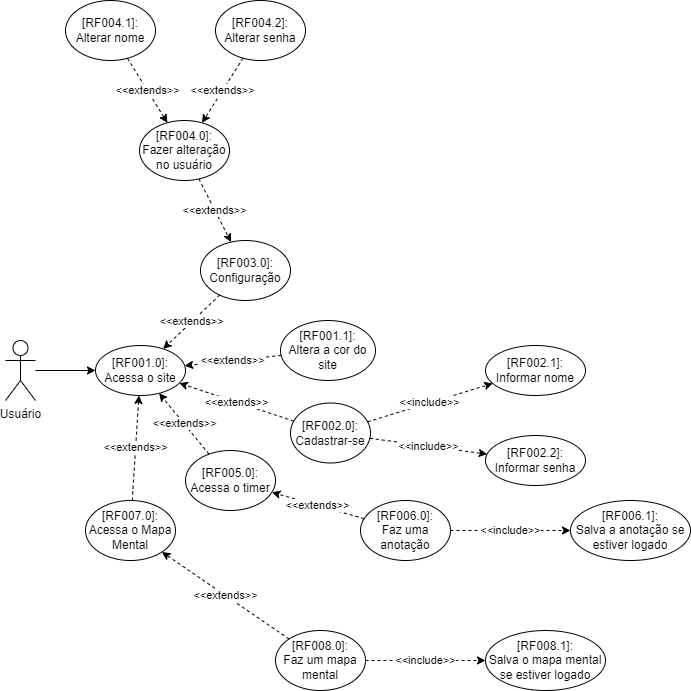
Niniys/Domate keeps this draw.io diagram as Documentos/Requisitos/uml_planejamento/DCU.png. Above is the earlier version. Source tidied: cells renumbered, new cells last; positions are measured from the earlier drawing's top-left corner, leaving out a move shared by most shapes.
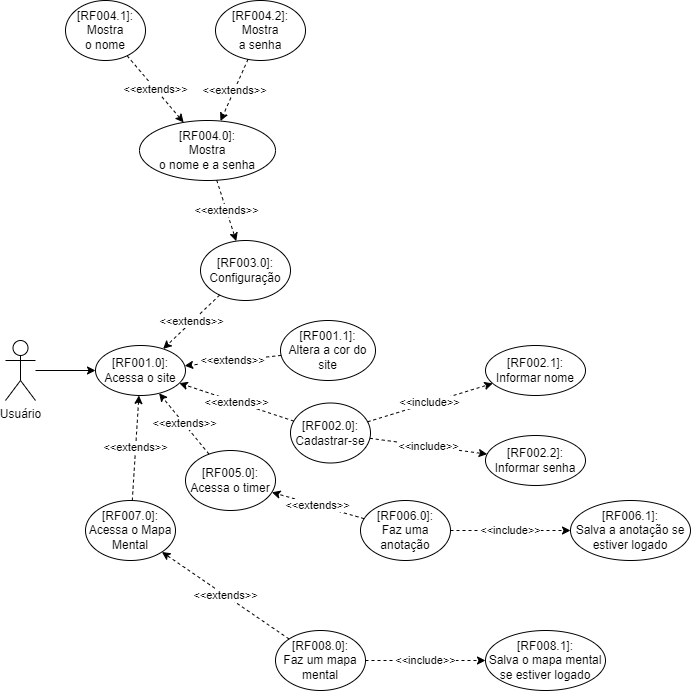
Later version of the same file.

Change to the diagram source:
```diff
@@ -41,16 +41,16 @@
     <mxCell id="14" value="&amp;lt;&amp;lt;extends&amp;gt;&amp;gt;" style="endArrow=classic;html=1;rounded=0;dashed=1;" parent="1" edge="1" source="13" target="3">
       <mxGeometry relative="1" as="geometry" />
     </mxCell>
-    <mxCell id="15" value="&lt;span&gt;[RF004.0]:&lt;br&gt;&lt;/span&gt;Fazer alteração no usuário" style="ellipse;whiteSpace=wrap;html=1;" parent="1" vertex="1">
-      <mxGeometry x="134" y="120" width="90" height="60" as="geometry" />
+    <mxCell id="15" value="&lt;span&gt;[RF004.0]:&lt;br&gt;&lt;/span&gt;&lt;span style=&quot;font-size:11.0pt;line-height:107%;&lt;br/&gt;font-family:&amp;quot;Calibri&amp;quot;,sans-serif;mso-ascii-theme-font:minor-latin;mso-fareast-font-family:&lt;br/&gt;Calibri;mso-fareast-theme-font:minor-latin;mso-hansi-theme-font:minor-latin;&lt;br/&gt;mso-bidi-font-family:&amp;quot;Times New Roman&amp;quot;;mso-bidi-theme-font:minor-bidi;&lt;br/&gt;mso-ansi-language:PT-BR;mso-fareast-language:EN-US;mso-bidi-language:AR-SA&quot;&gt;Mostra&lt;br/&gt;o nome e a senha&lt;/span&gt;" style="ellipse;whiteSpace=wrap;html=1;" parent="1" vertex="1">
+      <mxGeometry x="134" y="120" width="136" height="60" as="geometry" />
     </mxCell>
     <mxCell id="16" value="&amp;lt;&amp;lt;extends&amp;gt;&amp;gt;" style="endArrow=classic;html=1;rounded=0;dashed=1;" parent="1" edge="1" source="15" target="13">
       <mxGeometry relative="1" as="geometry" />
     </mxCell>
-    <mxCell id="17" value="&lt;span&gt;[RF004.1]:&lt;br&gt;&lt;/span&gt;Alterar nome" style="ellipse;whiteSpace=wrap;html=1;" parent="1" vertex="1">
-      <mxGeometry x="60" width="90" height="60" as="geometry" />
+    <mxCell id="17" value="&lt;span&gt;[RF004.1]:&lt;br&gt;&lt;/span&gt;&lt;span style=&quot;font-size:11.0pt;line-height:107%;&lt;br/&gt;font-family:&amp;quot;Calibri&amp;quot;,sans-serif;mso-ascii-theme-font:minor-latin;mso-fareast-font-family:&lt;br/&gt;Calibri;mso-fareast-theme-font:minor-latin;mso-hansi-theme-font:minor-latin;&lt;br/&gt;mso-bidi-font-family:&amp;quot;Times New Roman&amp;quot;;mso-bidi-theme-font:minor-bidi;&lt;br/&gt;mso-ansi-language:PT-BR;mso-fareast-language:EN-US;mso-bidi-language:AR-SA&quot;&gt;Mostra&lt;br/&gt;o nome&lt;/span&gt;" style="ellipse;whiteSpace=wrap;html=1;" parent="1" vertex="1">
+      <mxGeometry x="60" width="80" height="60" as="geometry" />
     </mxCell>
-    <mxCell id="18" value="&lt;span&gt;[RF004.2]:&lt;br&gt;&lt;/span&gt;Alterar senha" style="ellipse;whiteSpace=wrap;html=1;" parent="1" vertex="1">
+    <mxCell id="18" value="&lt;span&gt;[RF004.2]:&lt;br&gt;&lt;/span&gt;&lt;span style=&quot;font-size:11.0pt;line-height:107%;&lt;br/&gt;font-family:&amp;quot;Calibri&amp;quot;,sans-serif;mso-ascii-theme-font:minor-latin;mso-fareast-font-family:&lt;br/&gt;Calibri;mso-fareast-theme-font:minor-latin;mso-hansi-theme-font:minor-latin;&lt;br/&gt;mso-bidi-font-family:&amp;quot;Times New Roman&amp;quot;;mso-bidi-theme-font:minor-bidi;&lt;br/&gt;mso-ansi-language:PT-BR;mso-fareast-language:EN-US;mso-bidi-language:AR-SA&quot;&gt;Mostra&lt;br/&gt;a senha&lt;/span&gt;" style="ellipse;whiteSpace=wrap;html=1;" parent="1" vertex="1">
       <mxGeometry x="210" width="90" height="60" as="geometry" />
     </mxCell>
     <mxCell id="19" value="&amp;lt;&amp;lt;extends&amp;gt;&amp;gt;" style="endArrow=classic;html=1;rounded=0;dashed=1;" parent="1" edge="1" source="18" target="15">
```
